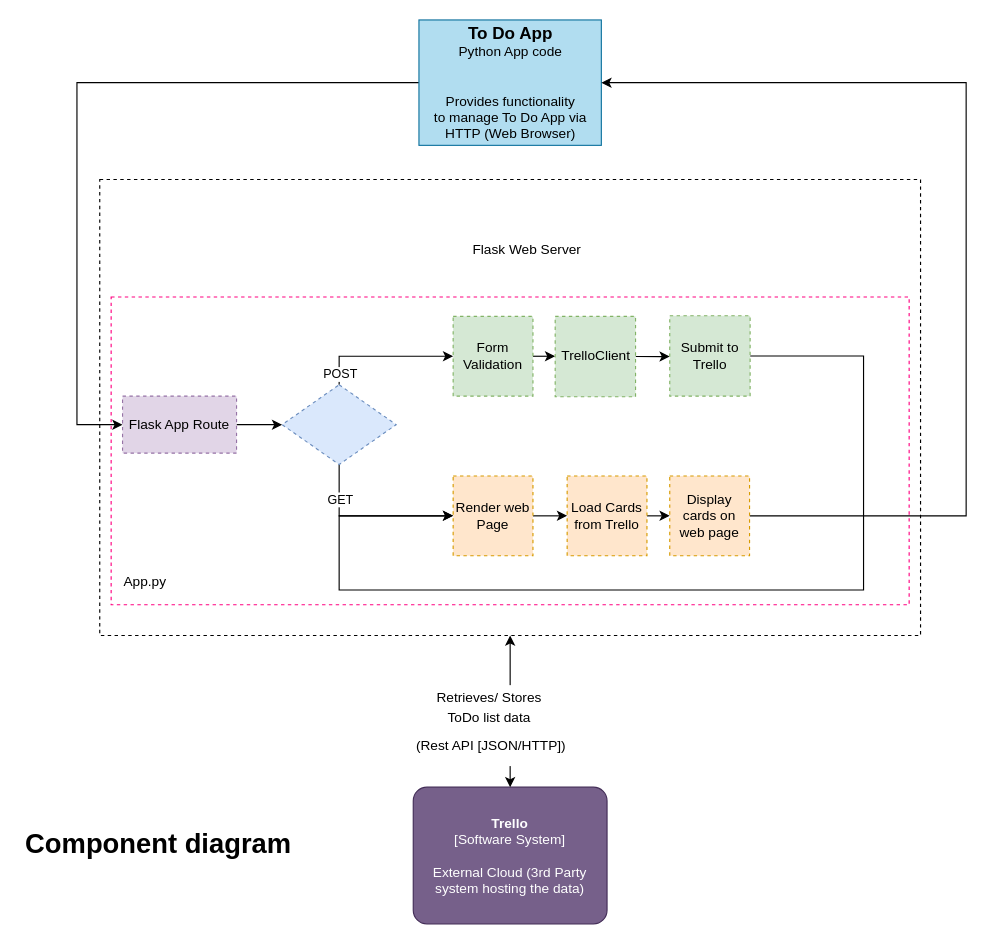
The draw.io diagram documentation/Component Diagram.drawio in shivaHanchate/DevOps-Course-Starter, before the edit. Source tidied: cells renumbered, new cells numbered last; positions are measured from the earlier drawing's top-left corner, leaving out a move shared by most shapes. Both pictures are drawn from the tidied source at 114%, with x=0, y=0 at pixel (19, 19).
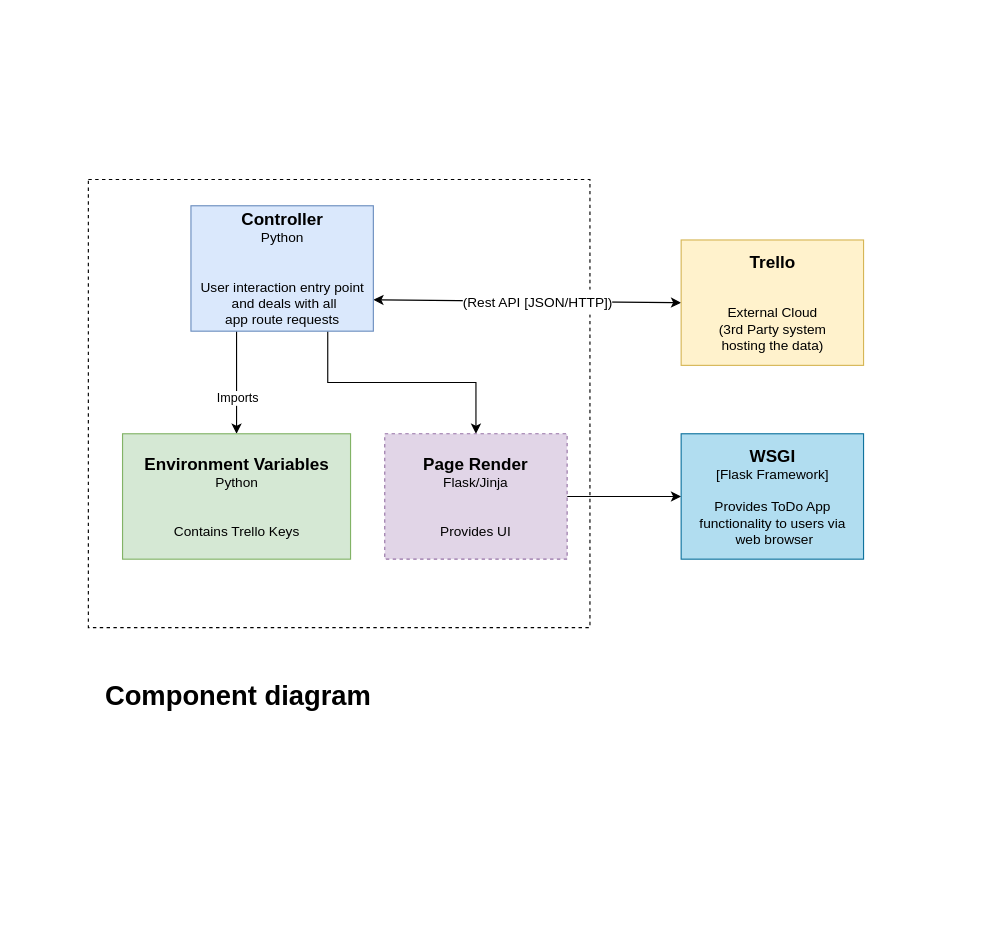
The same page after the edit.

Commit message (it also covers changes not shown here):
Amended Component diagram as advised by Hugh

Change to the diagram source:
```diff
@@
     <mxCell id="2" style="rounded=0;whiteSpace=wrap;html=1;dashed=1;" parent="1" vertex="1">
-      <mxGeometry x="70" y="140" width="720" height="400" as="geometry" />
+      <mxGeometry x="60" y="140" width="440" height="393" as="geometry" />
     </mxCell>
-    <object id="3" label="&lt;b&gt;%c4Name%&lt;/b&gt;&lt;div&gt;[%c4Type%]&lt;/div&gt;&lt;br&gt;&lt;div&gt;%c4Description%&lt;/div&gt;" c4Description="External Cloud (3rd Party system hosting the data)" c4Name="Trello" c4Type="Software System" placeholders="1">
-      <mxCell style="rounded=1;whiteSpace=wrap;html=1;labelBackgroundColor=none;fillColor=#76608a;align=center;arcSize=10;strokeColor=#432D57;metaData={&quot;c4Type&quot;:{&quot;editable&quot;:false}};points=[[0.25,0,0],[0.5,0,0],[0.75,0,0],[1,0.25,0],[1,0.5,0],[1,0.75,0],[0.75,1,0],[0.5,1,0],[0.25,1,0],[0,0.75,0],[0,0.5,0],[0,0.25,0]];fontColor=#ffffff;" parent="1" vertex="1">
-        <mxGeometry x="345" y="673" width="170" height="120" as="geometry" />
-      </mxCell>
-    </object>
     <mxCell id="4" value="&lt;h1&gt;Component diagram&lt;/h1&gt;&lt;p&gt;&lt;br&gt;&lt;/p&gt;" style="text;html=1;strokeColor=none;fillColor=none;spacing=5;spacingTop=-20;whiteSpace=wrap;overflow=hidden;rounded=0;" parent="1" vertex="1">
-      <mxGeometry y="703" width="300" height="50" as="geometry" />
+      <mxGeometry x="70" y="573" width="300" height="50" as="geometry" />
     </mxCell>
-    <mxCell id="5" value="Flask Web Server" style="text;html=1;strokeColor=none;fillColor=none;align=center;verticalAlign=middle;whiteSpace=wrap;rounded=0;dashed=1;" parent="1" vertex="1">
-      <mxGeometry x="370" y="184" width="150" height="36" as="geometry" />
-    </mxCell>
-    <mxCell id="6" style="endArrow=classic;startArrow=classic;html=1;entryX=0.5;entryY=0;entryDx=0;entryDy=0;entryPerimeter=0;exitX=0.5;exitY=1;exitDx=0;exitDy=0;" parent="1" edge="1" source="2" target="3">
+    <mxCell id="6" style="endArrow=classic;startArrow=classic;html=1;entryX=0;entryY=0.5;entryDx=0;entryDy=0;exitX=1;exitY=0.75;exitDx=0;exitDy=0;" parent="1" edge="1" source="9" target="36">
       <mxGeometry relative="1" as="geometry" />
     </mxCell>
-    <mxCell id="7" value="&lt;p style=&quot;line-height: 0%&quot;&gt;&lt;font style=&quot;font-size: 12px&quot;&gt;Retrieves/ Stores&amp;nbsp;&lt;/font&gt;&lt;/p&gt;&lt;p style=&quot;line-height: 120%&quot;&gt;&lt;font style=&quot;font-size: 12px ; line-height: 100%&quot;&gt;ToDo list data&amp;nbsp;&lt;/font&gt;&lt;/p&gt;&lt;p style=&quot;line-height: 120%&quot;&gt;&lt;font style=&quot;font-size: 12px ; line-height: 100%&quot;&gt;(Rest API [JSON/HTTP])&lt;/font&gt;&lt;/p&gt;" style="edgeLabel;html=1;align=center;verticalAlign=middle;imageHeight=24;" parent="6" vertex="1">
+    <mxCell id="7" value="&lt;p style=&quot;line-height: 0%&quot;&gt;&lt;span style=&quot;font-size: 12px&quot;&gt;(Rest API [JSON/HTTP])&lt;/span&gt;&lt;br&gt;&lt;/p&gt;" style="edgeLabel;html=1;align=center;verticalAlign=middle;imageHeight=24;" parent="6" vertex="1">
       <mxGeometry x="0.19" y="-1" relative="1" as="geometry">
         <mxPoint x="-17" y="-1" as="offset" />
       </mxGeometry>
     </mxCell>
-    <mxCell id="8" style="edgeStyle=orthogonalEdgeStyle;rounded=0;jettySize=auto;html=1;exitX=0;exitY=0.5;exitDx=0;exitDy=0;entryX=0;entryY=0.5;entryDx=0;entryDy=0;" parent="1" edge="1" source="9" target="16">
-      <mxGeometry relative="1" as="geometry">
-        <Array as="points">
-          <mxPoint x="50" y="55" />
-          <mxPoint x="50" y="355" />
-        </Array>
-      </mxGeometry>
+    <mxCell id="8" style="edgeStyle=orthogonalEdgeStyle;rounded=0;jettySize=auto;html=1;exitX=0.75;exitY=1;exitDx=0;exitDy=0;startArrow=none;startFill=0;" parent="1" edge="1" source="9" target="16">
+      <mxGeometry relative="1" as="geometry" />
     </mxCell>
+    <mxCell id="31" style="edgeStyle=orthogonalEdgeStyle;rounded=0;jettySize=auto;html=1;exitX=0.25;exitY=1;exitDx=0;exitDy=0;entryX=0.5;entryY=0;entryDx=0;entryDy=0;startArrow=none;startFill=0;endArrow=classic;endFill=1;" parent="1" edge="1" source="9" target="34">
+      <mxGeometry relative="1" as="geometry" />
+    </mxCell>
+    <mxCell id="32" value="Imports" style="edgeLabel;html=1;align=center;verticalAlign=middle;" parent="31" vertex="1">
+      <mxGeometry x="0.28" relative="1" as="geometry" />
+    </mxCell>
-    <mxCell id="9" value="&lt;font style=&quot;font-size: 15px&quot;&gt;&lt;b&gt;To Do App&lt;/b&gt;&lt;/font&gt;&lt;br&gt;Python App code&lt;br&gt;&lt;br&gt;&lt;br&gt;Provides functionality&lt;br&gt;to manage To Do App via &lt;br&gt;HTTP (Web Browser)" style="html=1;dashed=0;whitespace=wrap;fillColor=#b1ddf0;strokeColor=#10739e;" parent="1" vertex="1">
-      <mxGeometry x="350" width="160" height="110" as="geometry" />
+    <mxCell id="9" value="&lt;span style=&quot;font-size: 15px&quot;&gt;&lt;b&gt;Controller&lt;/b&gt;&lt;/span&gt;&lt;br&gt;Python&lt;br&gt;&lt;br&gt;&lt;br&gt;User interaction entry point&lt;br&gt;&amp;nbsp;and deals with all &lt;br&gt;app route requests" style="html=1;dashed=0;whitespace=wrap;fillColor=#dae8fc;strokeColor=#6c8ebf;" parent="1" vertex="1">
+      <mxGeometry x="150" y="163" width="160" height="110" as="geometry" />
     </mxCell>
-    <mxCell id="10" style="edgeStyle=orthogonalEdgeStyle;rounded=0;jettySize=auto;html=1;exitX=0.5;exitY=0;exitDx=0;exitDy=0;" parent="1" edge="1" source="14" target="18">
-      <mxGeometry relative="1" as="geometry" />
-    </mxCell>
-    <mxCell id="11" value="POST" style="edgeLabel;html=1;align=center;verticalAlign=middle;" parent="10" vertex="1">
-      <mxGeometry x="-0.18" y="-1" relative="1" as="geometry">
-        <mxPoint x="-26" y="14" as="offset" />
-      </mxGeometry>
-    </mxCell>
-    <mxCell id="12" style="edgeStyle=orthogonalEdgeStyle;rounded=0;jettySize=auto;html=1;exitX=0.5;exitY=1;exitDx=0;exitDy=0;entryX=0;entryY=0.5;entryDx=0;entryDy=0;" parent="1" edge="1" source="14" target="22">
-      <mxGeometry relative="1" as="geometry" />
-    </mxCell>
-    <mxCell id="13" value="GET" style="edgeLabel;html=1;align=center;verticalAlign=middle;" parent="12" vertex="1">
-      <mxGeometry x="-0.06" y="-2" relative="1" as="geometry">
-        <mxPoint x="-23" y="-17" as="offset" />
-      </mxGeometry>
-    </mxCell>
-    <mxCell id="14" style="rhombus;whiteSpace=wrap;html=1;dashed=1;fillColor=#dae8fc;strokeColor=#6c8ebf;" parent="1" vertex="1">
-      <mxGeometry x="230" y="320" width="100" height="70" as="geometry" />
-    </mxCell>
-    <mxCell id="15" style="edgeStyle=orthogonalEdgeStyle;rounded=0;jettySize=auto;html=1;exitX=1;exitY=0.5;exitDx=0;exitDy=0;entryX=0;entryY=0.5;entryDx=0;entryDy=0;" parent="1" edge="1" source="16" target="14">
-      <mxGeometry relative="1" as="geometry" />
-    </mxCell>
+    <mxCell id="33" style="edgeStyle=orthogonalEdgeStyle;rounded=0;jettySize=auto;html=1;exitX=1;exitY=0.5;exitDx=0;exitDy=0;entryX=0;entryY=0.5;entryDx=0;entryDy=0;startArrow=none;startFill=0;" parent="1" edge="1" source="16" target="35">
+      <mxGeometry relative="1" as="geometry" />
+    </mxCell>
-    <mxCell id="16" value="Flask App Route" style="rounded=0;whiteSpace=wrap;html=1;dashed=1;fillColor=#e1d5e7;strokeColor=#9673a6;" parent="1" vertex="1">
-      <mxGeometry x="90" y="330" width="100" height="50" as="geometry" />
+    <mxCell id="16" value="&lt;b&gt;&lt;font style=&quot;font-size: 15px&quot;&gt;Page Render&lt;/font&gt;&lt;/b&gt;&lt;br&gt;Flask/Jinja&lt;br&gt;&lt;br&gt;&lt;br&gt;Provides UI&lt;br&gt;" style="rounded=0;whiteSpace=wrap;html=1;dashed=1;fillColor=#e1d5e7;strokeColor=#9673a6;" parent="1" vertex="1">
+      <mxGeometry x="320" y="363" width="160" height="110" as="geometry" />
     </mxCell>
-    <mxCell id="17" style="edgeStyle=orthogonalEdgeStyle;rounded=0;jettySize=auto;html=1;exitX=1;exitY=0.5;exitDx=0;exitDy=0;entryX=0;entryY=0.5;entryDx=0;entryDy=0;" parent="1" edge="1" source="18" target="20">
-      <mxGeometry relative="1" as="geometry" />
-    </mxCell>
-    <mxCell id="18" value="Form Validation" style="whiteSpace=wrap;html=1;dashed=1;fillColor=#d5e8d4;strokeColor=#82b366;" parent="1" vertex="1">
-      <mxGeometry x="380" y="260" width="70" height="70" as="geometry" />
-    </mxCell>
-    <mxCell id="19" style="edgeStyle=orthogonalEdgeStyle;rounded=0;jettySize=auto;html=1;exitX=1;exitY=0.5;exitDx=0;exitDy=0;entryX=0;entryY=0.5;entryDx=0;entryDy=0;" parent="1" edge="1" source="20" target="28">
-      <mxGeometry relative="1" as="geometry" />
-    </mxCell>
-    <mxCell id="20" value="TrelloClient" style="whiteSpace=wrap;html=1;dashed=1;fillColor=#d5e8d4;strokeColor=#82b366;" parent="1" vertex="1">
-      <mxGeometry x="469.5" y="260" width="70.5" height="70.5" as="geometry" />
-    </mxCell>
-    <mxCell id="21" style="edgeStyle=orthogonalEdgeStyle;rounded=0;jettySize=auto;html=1;exitX=1;exitY=0.5;exitDx=0;exitDy=0;entryX=0;entryY=0.5;entryDx=0;entryDy=0;" parent="1" edge="1" source="22" target="24">
-      <mxGeometry relative="1" as="geometry" />
-    </mxCell>
-    <mxCell id="22" value="Render web Page" style="whiteSpace=wrap;html=1;dashed=1;fillColor=#ffe6cc;strokeColor=#d79b00;" parent="1" vertex="1">
-      <mxGeometry x="380" y="400" width="70" height="70" as="geometry" />
-    </mxCell>
-    <mxCell id="23" style="edgeStyle=orthogonalEdgeStyle;rounded=0;jettySize=auto;html=1;exitX=1;exitY=0.5;exitDx=0;exitDy=0;entryX=0;entryY=0.5;entryDx=0;entryDy=0;" parent="1" edge="1" source="24" target="26">
-      <mxGeometry relative="1" as="geometry" />
-    </mxCell>
-    <mxCell id="24" value="Load Cards from Trello" style="whiteSpace=wrap;html=1;dashed=1;fillColor=#ffe6cc;strokeColor=#d79b00;" parent="1" vertex="1">
-      <mxGeometry x="480" y="400" width="70" height="70" as="geometry" />
-    </mxCell>
-    <mxCell id="25" style="edgeStyle=orthogonalEdgeStyle;rounded=0;jettySize=auto;html=1;exitX=1;exitY=0.5;exitDx=0;exitDy=0;entryX=1;entryY=0.5;entryDx=0;entryDy=0;" parent="1" edge="1" source="26" target="9">
-      <mxGeometry relative="1" as="geometry">
-        <Array as="points">
-          <mxPoint x="830" y="435" />
-          <mxPoint x="830" y="55" />
-        </Array>
-      </mxGeometry>
-    </mxCell>
-    <mxCell id="26" value="Display cards on web page" style="whiteSpace=wrap;html=1;dashed=1;fillColor=#ffe6cc;strokeColor=#d79b00;" parent="1" vertex="1">
-      <mxGeometry x="570" y="400" width="70" height="70" as="geometry" />
-    </mxCell>
-    <mxCell id="27" style="edgeStyle=orthogonalEdgeStyle;rounded=0;jettySize=auto;html=1;entryX=0;entryY=0.5;entryDx=0;entryDy=0;" parent="1" edge="1" source="28" target="22">
-      <mxGeometry relative="1" as="geometry">
-        <Array as="points">
-          <mxPoint x="740" y="295" />
-          <mxPoint x="740" y="500" />
-          <mxPoint x="280" y="500" />
-          <mxPoint x="280" y="435" />
-        </Array>
-      </mxGeometry>
-    </mxCell>
-    <mxCell id="28" value="Submit to Trello" style="whiteSpace=wrap;html=1;dashed=1;fillColor=#d5e8d4;strokeColor=#82b366;" parent="1" vertex="1">
-      <mxGeometry x="570" y="259.5" width="70.5" height="70.5" as="geometry" />
-    </mxCell>
-    <mxCell id="29" style="rounded=0;whiteSpace=wrap;html=1;dashed=1;fillColor=none;strokeColor=#FF0080;align=left;" parent="1" vertex="1">
-      <mxGeometry x="80" y="243" width="700" height="270" as="geometry" />
-    </mxCell>
-    <mxCell id="30" value="App.py" style="text;html=1;strokeColor=none;fillColor=none;align=center;verticalAlign=middle;whiteSpace=wrap;rounded=0;dashed=1;" parent="1" vertex="1">
-      <mxGeometry x="90" y="483" width="40" height="20" as="geometry" />
-    </mxCell>
+    <mxCell id="34" value="&lt;font style=&quot;font-size: 15px&quot;&gt;&lt;b&gt;Environment Variables&lt;/b&gt;&lt;/font&gt;&lt;br&gt;Python&lt;br&gt;&lt;br&gt;&lt;br&gt;Contains Trello Keys" style="html=1;dashed=0;whitespace=wrap;fillColor=#d5e8d4;strokeColor=#82b366;" parent="1" vertex="1">
+      <mxGeometry x="90" y="363" width="200" height="110" as="geometry" />
+    </mxCell>
+    <mxCell id="35" value="&lt;font style=&quot;font-size: 15px&quot;&gt;&lt;b&gt;WSGI&lt;/b&gt;&lt;/font&gt;&lt;br&gt;[Flask Framework]&lt;br&gt;&lt;br&gt;Provides ToDo App&lt;br&gt;functionality to users via&lt;br&gt;&amp;nbsp;web browser&lt;br&gt;" style="html=1;dashed=0;whitespace=wrap;fillColor=#b1ddf0;strokeColor=#10739e;" parent="1" vertex="1">
+      <mxGeometry x="580" y="363" width="160" height="110" as="geometry" />
+    </mxCell>
+    <mxCell id="36" value="&lt;font style=&quot;font-size: 15px&quot;&gt;&lt;b&gt;Trello&lt;/b&gt;&lt;/font&gt;&lt;br&gt;&lt;br&gt;&lt;br&gt;External Cloud &lt;br&gt;(3rd Party system &lt;br&gt;hosting the data)" style="html=1;dashed=0;whitespace=wrap;fillColor=#fff2cc;strokeColor=#d6b656;" parent="1" vertex="1">
+      <mxGeometry x="580" y="193" width="160" height="110" as="geometry" />
+    </mxCell>
```
